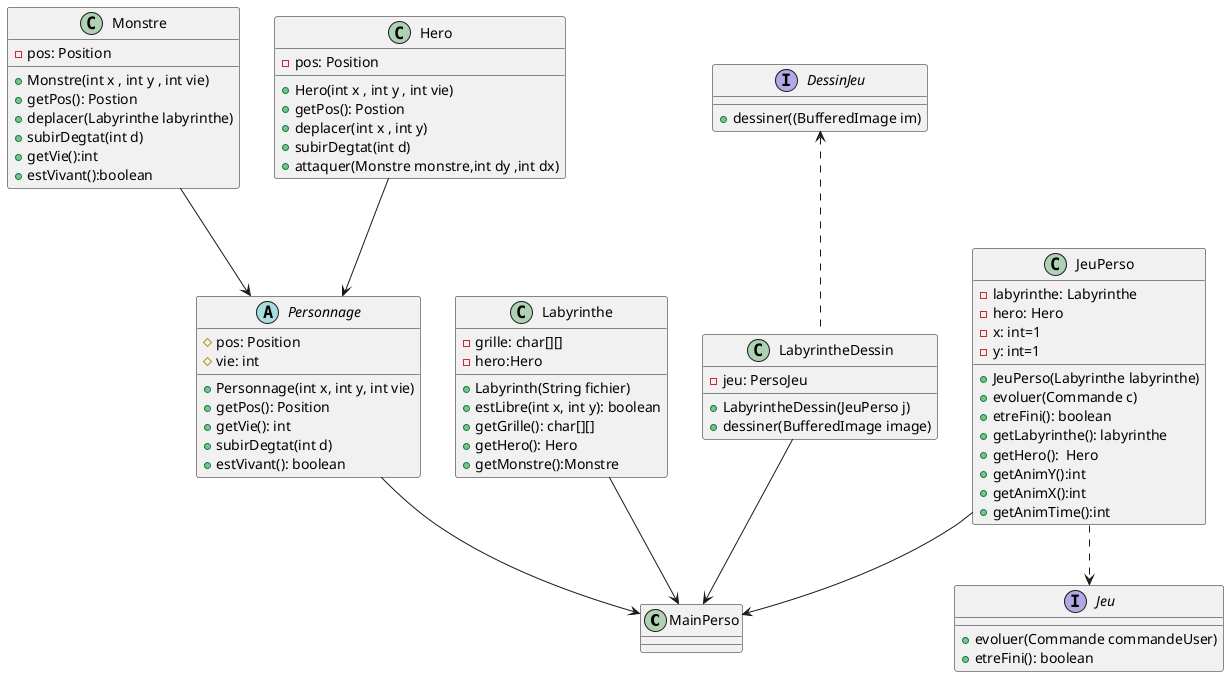
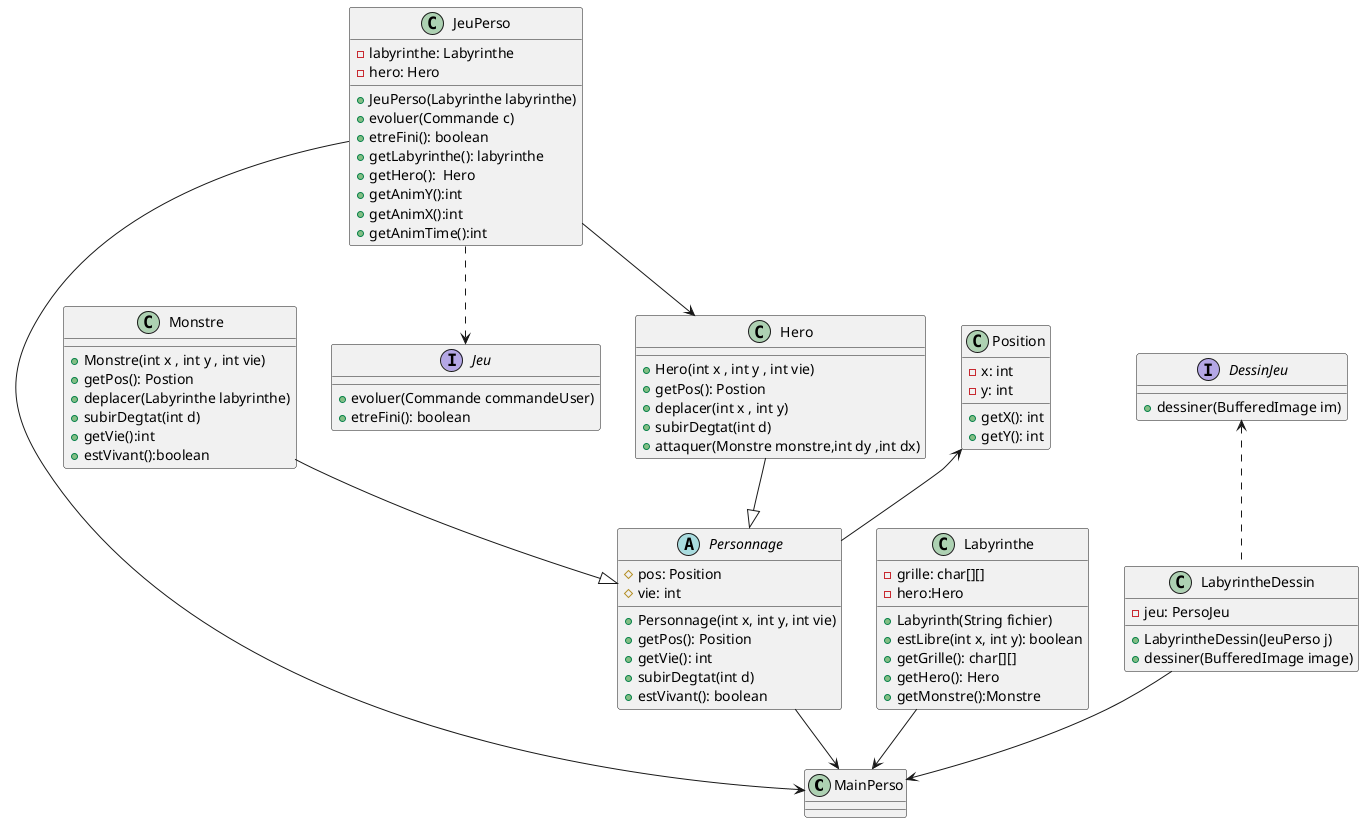
@startuml
'https://plantuml.com/class-diagram

class MainPerso

interface Jeu{
+evoluer(Commande commandeUser)
+etreFini(): boolean
}

class Monstre{
- -pos: Position
+Monstre(int x , int y , int vie)
+getPos(): Postion
+deplacer(Labyrinthe labyrinthe)
+subirDegtat(int d)
+getVie():int
+estVivant():boolean
}

abstract Personnage{
#pos: Position
#vie: int
+Personnage(int x, int y, int vie)
+getPos(): Position
+getVie(): int
+subirDegtat(int d)
+estVivant(): boolean
}

class Hero{
- -pos: Position
+Hero(int x , int y , int vie)
+getPos(): Postion
+deplacer(int x , int y)
+subirDegtat(int d)
+attaquer(Monstre monstre,int dy ,int dx)
}

class Labyrinthe{
-grille: char[][]
-hero:Hero
+Labyrinth(String fichier)
+estLibre(int x, int y): boolean
+getGrille(): char[][]
+getHero(): Hero
+getMonstre():Monstre
}

class LabyrintheDessin{
-jeu: PersoJeu
+LabyrintheDessin(JeuPerso j)
+dessiner(BufferedImage image)
}

interface DessinJeu{
- +dessiner((BufferedImage im)
+ +dessiner(BufferedImage im)
}

class JeuPerso{
-labyrinthe: Labyrinthe
-hero: Hero
- -x: int=1
- -y: int=1
+JeuPerso(Labyrinthe labyrinthe)
+evoluer(Commande c)
+etreFini(): boolean
+getLabyrinthe(): labyrinthe
+getHero():  Hero
+getAnimY():int
+getAnimX():int
+getAnimTime():int
}

- Hero --> Personnage
- Monstre--> Personnage
+ class Position{
+ -x: int
+ -y: int
+ +getX(): int
+ +getY(): int
+ }
+ 
+ Hero --|> Personnage
+ Monstre--|> Personnage
Personnage --> MainPerso
Labyrinthe --> MainPerso
+ 
+ Position<--Personnage
+ JeuPerso-->Hero

JeuPerso..>Jeu
LabyrintheDessin-->MainPerso
JeuPerso-->MainPerso

DessinJeu<.. LabyrintheDessin


@enduml